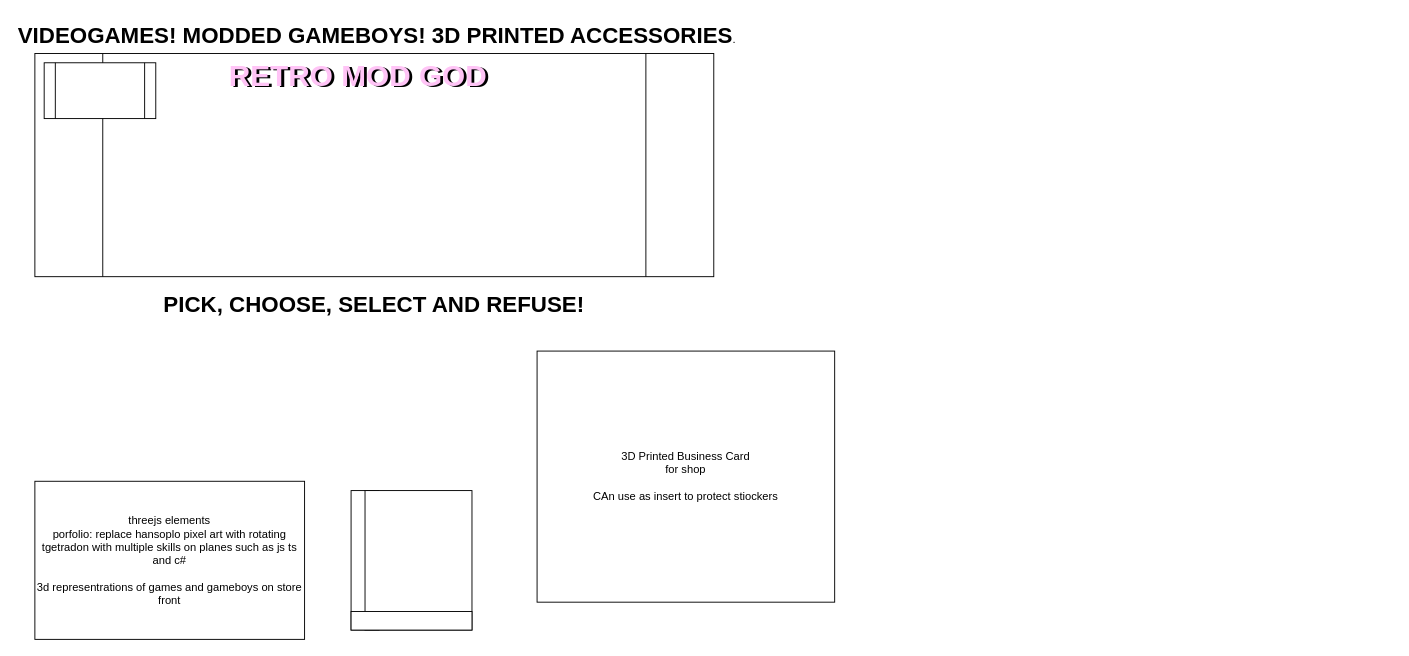
The draw.io diagram Etsy_Storefront.drawio in rafalaidlaw/flowcharts, before the edit. Source tidied: cells renumbered, new cells numbered last; positions are measured from the earlier drawing's top-left corner, leaving out a move shared by most shapes. Both pictures are drawn from the tidied source at 93%, with x=0, y=0 at pixel (16, 16).
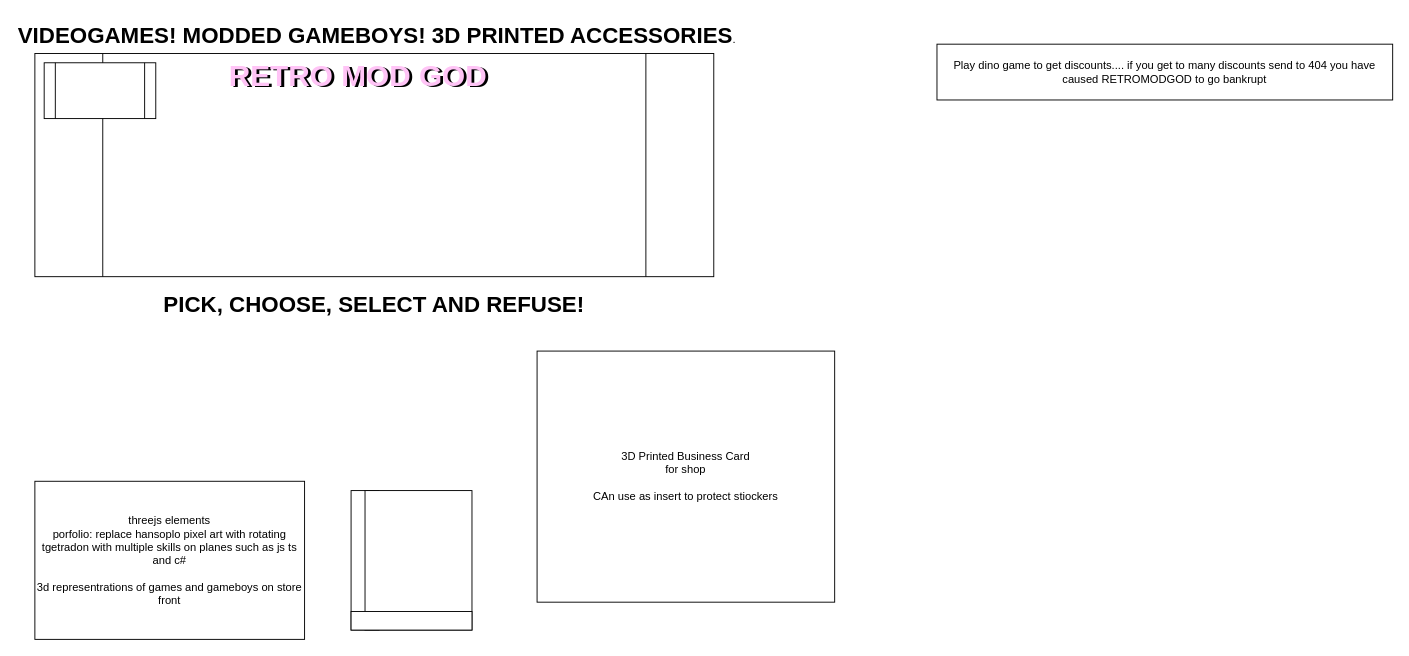
The same diagram, later.

Diff of the diagram source:
```diff
@@
 <mxGraphModel>
   <root>
     <mxCell id="0" />
     <mxCell id="1" parent="0" />
     <mxCell id="2" style="shape=process;whiteSpace=wrap;html=1;backgroundOutline=1;" parent="1" vertex="1">
       <mxGeometry x="20" y="40" width="730" height="240" as="geometry" />
     </mxCell>
     <mxCell id="3" value="&lt;h1 style=&quot;text-align: center; margin-top: 0px;&quot;&gt;VIDEOGAMES! MODDED GAMEBOYS! 3D PRINTED ACCESSORIES&lt;span style=&quot;background-color: transparent; color: light-dark(rgb(0, 0, 0), rgb(255, 255, 255)); font-size: 12px; font-weight: normal; text-align: left;&quot;&gt;.&lt;/span&gt;&lt;/h1&gt;" style="text;html=1;whiteSpace=wrap;overflow=hidden;rounded=0;" parent="1" vertex="1">
       <mxGeometry width="790" height="120" as="geometry" />
     </mxCell>
     <mxCell id="4" value="&lt;h1 style=&quot;text-align: center; margin-top: 0px;&quot;&gt;&amp;nbsp;PICK, CHOOSE, SELECT AND REFUSE!&lt;/h1&gt;" style="text;html=1;whiteSpace=wrap;overflow=hidden;rounded=0;" parent="1" vertex="1">
       <mxGeometry x="150" y="290" width="680" height="120" as="geometry" />
     </mxCell>
     <mxCell id="5" style="shape=process;whiteSpace=wrap;html=1;backgroundOutline=1;" parent="1" vertex="1">
       <mxGeometry x="30" y="50" width="120" height="60" as="geometry" />
     </mxCell>
     <mxCell id="6" value="&lt;h1 style=&quot;text-align: center; margin-top: 0px;&quot;&gt;&lt;font style=&quot;font-size: 32px;&quot;&gt;RETRO MOD GOD&lt;/font&gt;&lt;/h1&gt;" style="text;html=1;whiteSpace=wrap;overflow=hidden;rounded=0;" parent="1" vertex="1">
       <mxGeometry x="230" y="40" width="680" height="120" as="geometry" />
     </mxCell>
     <mxCell id="7" value="&lt;h1 style=&quot;text-align: center; margin-top: 0px;&quot;&gt;&lt;font style=&quot;font-size: 32px; color: rgb(255, 196, 246);&quot;&gt;RETRO MOD GOD&lt;/font&gt;&lt;/h1&gt;" style="text;html=1;whiteSpace=wrap;overflow=hidden;rounded=0;" parent="1" vertex="1">
       <mxGeometry x="227" y="39" width="680" height="120" as="geometry" />
     </mxCell>
     <mxCell id="8" value="threejs elements&lt;div&gt;porfolio: replace hansoplo pixel art with rotating tgetradon with multiple skills on planes such as js ts and c#&lt;/div&gt;&lt;div&gt;&lt;br&gt;&lt;/div&gt;&lt;div&gt;3d representrations of games and gameboys on store front&lt;/div&gt;" style="rounded=0;whiteSpace=wrap;html=1;" parent="1" vertex="1">
       <mxGeometry x="20" y="500" width="290" height="170" as="geometry" />
     </mxCell>
     <mxCell id="9" style="rounded=0;whiteSpace=wrap;html=1;" parent="1" vertex="1">
       <mxGeometry x="360" y="510" width="30" height="150" as="geometry" />
     </mxCell>
     <mxCell id="10" style="rounded=0;whiteSpace=wrap;html=1;" parent="1" vertex="1">
       <mxGeometry x="375" y="510" width="115" height="150" as="geometry" />
     </mxCell>
     <mxCell id="11" style="rounded=0;whiteSpace=wrap;html=1;" parent="1" vertex="1">
       <mxGeometry x="360" y="640" width="130" height="20" as="geometry" />
     </mxCell>
     <mxCell id="12" value="3D Printed Business Card&lt;div&gt;for shop&lt;br&gt;&lt;br&gt;CAn use as insert to protect stiockers&lt;/div&gt;" style="rounded=0;whiteSpace=wrap;html=1;" parent="1" vertex="1">
       <mxGeometry x="560" y="360" width="320" height="270" as="geometry" />
     </mxCell>
+    <mxCell id="13" value="Play dino game to get discounts.... if you get to many discounts send to 404 you have caused RETROMODGOD to go bankrupt" style="rounded=0;whiteSpace=wrap;html=1;" parent="1" vertex="1">
+      <mxGeometry x="990" y="30" width="490" height="60" as="geometry" />
+    </mxCell>
   </root>
 </mxGraphModel>
```
